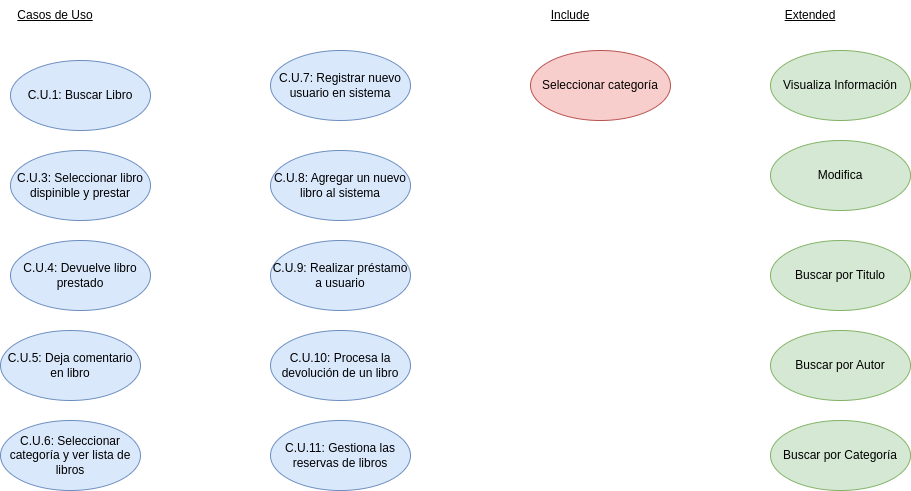
This is diagramas/diagrama_CasosUso/img/CasosDeUso.png from PeterMartEsc/proyecto_biblioteca, a draw.io export, as it was before one commit. Source tidied: cells renumbered, new cells last; positions are measured from the earlier drawing's top-left corner, leaving out a move shared by most shapes. The source it was exported from:
```xml
<mxGraphModel>
  <root>
    <mxCell id="0" />
    <mxCell id="1" parent="0" />
    <mxCell id="2" value="C.U.1: Buscar Libro" style="ellipse;whiteSpace=wrap;html=1;fillColor=#dae8fc;strokeColor=#6c8ebf;" parent="1" vertex="1">
      <mxGeometry x="10" y="60" width="140" height="70" as="geometry" />
    </mxCell>
    <mxCell id="3" value="&lt;u&gt;Casos de Uso&lt;/u&gt;" style="text;html=1;strokeColor=none;fillColor=none;align=center;verticalAlign=middle;whiteSpace=wrap;rounded=0;" parent="1" vertex="1">
      <mxGeometry x="15" width="80" height="30" as="geometry" />
    </mxCell>
    <mxCell id="4" value="C.U.3: Seleccionar libro dispinible y prestar" style="ellipse;whiteSpace=wrap;html=1;fillColor=#dae8fc;strokeColor=#6c8ebf;" parent="1" vertex="1">
      <mxGeometry x="10" y="150" width="140" height="70" as="geometry" />
    </mxCell>
    <mxCell id="5" value="C.U.4: Devuelve libro prestado" style="ellipse;whiteSpace=wrap;html=1;fillColor=#dae8fc;strokeColor=#6c8ebf;" parent="1" vertex="1">
      <mxGeometry x="10" y="240" width="140" height="70" as="geometry" />
    </mxCell>
    <mxCell id="6" value="C.U.5: Deja comentario en libro" style="ellipse;whiteSpace=wrap;html=1;fillColor=#dae8fc;strokeColor=#6c8ebf;" parent="1" vertex="1">
      <mxGeometry y="330" width="140" height="70" as="geometry" />
    </mxCell>
    <mxCell id="7" value="C.U.6: Seleccionar categoría y ver lista de libros" style="ellipse;whiteSpace=wrap;html=1;fillColor=#dae8fc;strokeColor=#6c8ebf;" parent="1" vertex="1">
      <mxGeometry y="420" width="140" height="70" as="geometry" />
    </mxCell>
    <mxCell id="8" value="C.U.7: Registrar nuevo usuario en sistema" style="ellipse;whiteSpace=wrap;html=1;fillColor=#dae8fc;strokeColor=#6c8ebf;" parent="1" vertex="1">
      <mxGeometry x="270" y="50" width="140" height="70" as="geometry" />
    </mxCell>
    <mxCell id="9" value="C.U.8: Agregar un nuevo libro al sistema" style="ellipse;whiteSpace=wrap;html=1;fillColor=#dae8fc;strokeColor=#6c8ebf;" parent="1" vertex="1">
      <mxGeometry x="270" y="150" width="140" height="70" as="geometry" />
    </mxCell>
    <mxCell id="10" value="C.U.9: Realizar préstamo a usuario" style="ellipse;whiteSpace=wrap;html=1;fillColor=#dae8fc;strokeColor=#6c8ebf;" parent="1" vertex="1">
      <mxGeometry x="270" y="240" width="140" height="70" as="geometry" />
    </mxCell>
    <mxCell id="11" value="C.U.10: Procesa la devolución de un libro" style="ellipse;whiteSpace=wrap;html=1;fillColor=#dae8fc;strokeColor=#6c8ebf;" parent="1" vertex="1">
      <mxGeometry x="270" y="330" width="140" height="70" as="geometry" />
    </mxCell>
    <mxCell id="12" value="C.U.11: Gestiona las reservas de libros" style="ellipse;whiteSpace=wrap;html=1;fillColor=#dae8fc;strokeColor=#6c8ebf;" parent="1" vertex="1">
      <mxGeometry x="270" y="420" width="140" height="70" as="geometry" />
    </mxCell>
    <mxCell id="13" value="Seleccionar categoría" style="ellipse;whiteSpace=wrap;html=1;fillColor=#f8cecc;strokeColor=#b85450;" parent="1" vertex="1">
      <mxGeometry x="530" y="50" width="140" height="70" as="geometry" />
    </mxCell>
    <mxCell id="14" value="&lt;u&gt;Include&lt;/u&gt;" style="text;html=1;strokeColor=none;fillColor=none;align=center;verticalAlign=middle;whiteSpace=wrap;rounded=0;" parent="1" vertex="1">
      <mxGeometry x="530" width="80" height="30" as="geometry" />
    </mxCell>
    <mxCell id="15" value="Visualiza Información" style="ellipse;whiteSpace=wrap;html=1;fillColor=#d5e8d4;strokeColor=#82b366;" parent="1" vertex="1">
      <mxGeometry x="770" y="50" width="140" height="70" as="geometry" />
    </mxCell>
    <mxCell id="16" value="Modifica" style="ellipse;whiteSpace=wrap;html=1;fillColor=#d5e8d4;strokeColor=#82b366;" parent="1" vertex="1">
      <mxGeometry x="770" y="140" width="140" height="70" as="geometry" />
    </mxCell>
    <mxCell id="17" value="Buscar por Titulo" style="ellipse;whiteSpace=wrap;html=1;fillColor=#d5e8d4;strokeColor=#82b366;" parent="1" vertex="1">
      <mxGeometry x="770" y="240" width="140" height="70" as="geometry" />
    </mxCell>
    <mxCell id="18" value="Buscar por Autor" style="ellipse;whiteSpace=wrap;html=1;fillColor=#d5e8d4;strokeColor=#82b366;" parent="1" vertex="1">
      <mxGeometry x="770" y="330" width="140" height="70" as="geometry" />
    </mxCell>
    <mxCell id="19" value="Buscar por Categoría" style="ellipse;whiteSpace=wrap;html=1;fillColor=#d5e8d4;strokeColor=#82b366;" parent="1" vertex="1">
      <mxGeometry x="770" y="420" width="140" height="70" as="geometry" />
    </mxCell>
    <mxCell id="20" value="&lt;u&gt;Extended&lt;/u&gt;" style="text;html=1;strokeColor=none;fillColor=none;align=center;verticalAlign=middle;whiteSpace=wrap;rounded=0;" parent="1" vertex="1">
      <mxGeometry x="770" width="80" height="30" as="geometry" />
    </mxCell>
  </root>
</mxGraphModel>
```
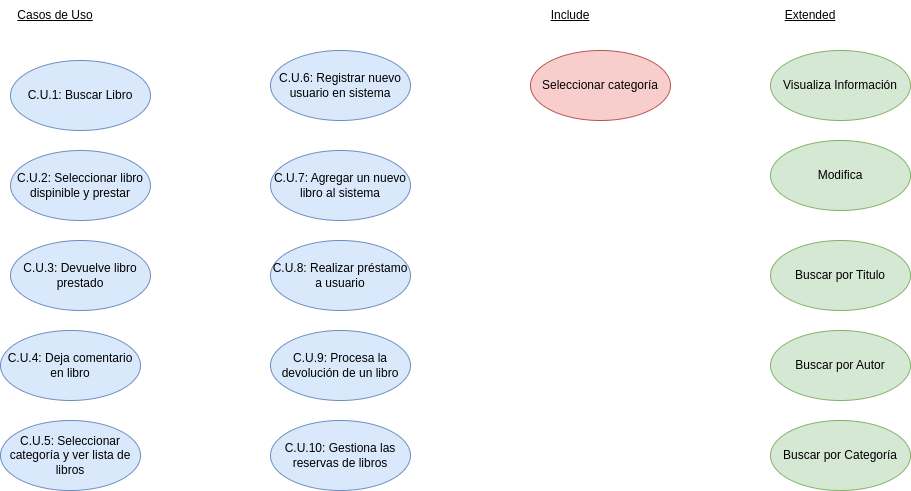
After the change.

The edit, as a diff of the source:
```diff
@@ -8,31 +8,31 @@
     <mxCell id="3" value="&lt;u&gt;Casos de Uso&lt;/u&gt;" style="text;html=1;strokeColor=none;fillColor=none;align=center;verticalAlign=middle;whiteSpace=wrap;rounded=0;" parent="1" vertex="1">
       <mxGeometry x="15" width="80" height="30" as="geometry" />
     </mxCell>
-    <mxCell id="4" value="C.U.3: Seleccionar libro dispinible y prestar" style="ellipse;whiteSpace=wrap;html=1;fillColor=#dae8fc;strokeColor=#6c8ebf;" parent="1" vertex="1">
+    <mxCell id="4" value="C.U.2: Seleccionar libro dispinible y prestar" style="ellipse;whiteSpace=wrap;html=1;fillColor=#dae8fc;strokeColor=#6c8ebf;" parent="1" vertex="1">
       <mxGeometry x="10" y="150" width="140" height="70" as="geometry" />
     </mxCell>
-    <mxCell id="5" value="C.U.4: Devuelve libro prestado" style="ellipse;whiteSpace=wrap;html=1;fillColor=#dae8fc;strokeColor=#6c8ebf;" parent="1" vertex="1">
+    <mxCell id="5" value="C.U.3: Devuelve libro prestado" style="ellipse;whiteSpace=wrap;html=1;fillColor=#dae8fc;strokeColor=#6c8ebf;" parent="1" vertex="1">
       <mxGeometry x="10" y="240" width="140" height="70" as="geometry" />
     </mxCell>
-    <mxCell id="6" value="C.U.5: Deja comentario en libro" style="ellipse;whiteSpace=wrap;html=1;fillColor=#dae8fc;strokeColor=#6c8ebf;" parent="1" vertex="1">
+    <mxCell id="6" value="C.U.4: Deja comentario en libro" style="ellipse;whiteSpace=wrap;html=1;fillColor=#dae8fc;strokeColor=#6c8ebf;" parent="1" vertex="1">
       <mxGeometry y="330" width="140" height="70" as="geometry" />
     </mxCell>
-    <mxCell id="7" value="C.U.6: Seleccionar categoría y ver lista de libros" style="ellipse;whiteSpace=wrap;html=1;fillColor=#dae8fc;strokeColor=#6c8ebf;" parent="1" vertex="1">
+    <mxCell id="7" value="C.U.5: Seleccionar categoría y ver lista de libros" style="ellipse;whiteSpace=wrap;html=1;fillColor=#dae8fc;strokeColor=#6c8ebf;" parent="1" vertex="1">
       <mxGeometry y="420" width="140" height="70" as="geometry" />
     </mxCell>
-    <mxCell id="8" value="C.U.7: Registrar nuevo usuario en sistema" style="ellipse;whiteSpace=wrap;html=1;fillColor=#dae8fc;strokeColor=#6c8ebf;" parent="1" vertex="1">
+    <mxCell id="8" value="C.U.6: Registrar nuevo usuario en sistema" style="ellipse;whiteSpace=wrap;html=1;fillColor=#dae8fc;strokeColor=#6c8ebf;" parent="1" vertex="1">
       <mxGeometry x="270" y="50" width="140" height="70" as="geometry" />
     </mxCell>
-    <mxCell id="9" value="C.U.8: Agregar un nuevo libro al sistema" style="ellipse;whiteSpace=wrap;html=1;fillColor=#dae8fc;strokeColor=#6c8ebf;" parent="1" vertex="1">
+    <mxCell id="9" value="C.U.7: Agregar un nuevo libro al sistema" style="ellipse;whiteSpace=wrap;html=1;fillColor=#dae8fc;strokeColor=#6c8ebf;" parent="1" vertex="1">
       <mxGeometry x="270" y="150" width="140" height="70" as="geometry" />
     </mxCell>
-    <mxCell id="10" value="C.U.9: Realizar préstamo a usuario" style="ellipse;whiteSpace=wrap;html=1;fillColor=#dae8fc;strokeColor=#6c8ebf;" parent="1" vertex="1">
+    <mxCell id="10" value="C.U.8: Realizar préstamo a usuario" style="ellipse;whiteSpace=wrap;html=1;fillColor=#dae8fc;strokeColor=#6c8ebf;" parent="1" vertex="1">
       <mxGeometry x="270" y="240" width="140" height="70" as="geometry" />
     </mxCell>
-    <mxCell id="11" value="C.U.10: Procesa la devolución de un libro" style="ellipse;whiteSpace=wrap;html=1;fillColor=#dae8fc;strokeColor=#6c8ebf;" parent="1" vertex="1">
+    <mxCell id="11" value="C.U.9: Procesa la devolución de un libro" style="ellipse;whiteSpace=wrap;html=1;fillColor=#dae8fc;strokeColor=#6c8ebf;" parent="1" vertex="1">
       <mxGeometry x="270" y="330" width="140" height="70" as="geometry" />
     </mxCell>
-    <mxCell id="12" value="C.U.11: Gestiona las reservas de libros" style="ellipse;whiteSpace=wrap;html=1;fillColor=#dae8fc;strokeColor=#6c8ebf;" parent="1" vertex="1">
+    <mxCell id="12" value="C.U.10: Gestiona las reservas de libros" style="ellipse;whiteSpace=wrap;html=1;fillColor=#dae8fc;strokeColor=#6c8ebf;" parent="1" vertex="1">
       <mxGeometry x="270" y="420" width="140" height="70" as="geometry" />
     </mxCell>
     <mxCell id="13" value="Seleccionar categoría" style="ellipse;whiteSpace=wrap;html=1;fillColor=#f8cecc;strokeColor=#b85450;" parent="1" vertex="1">
```
